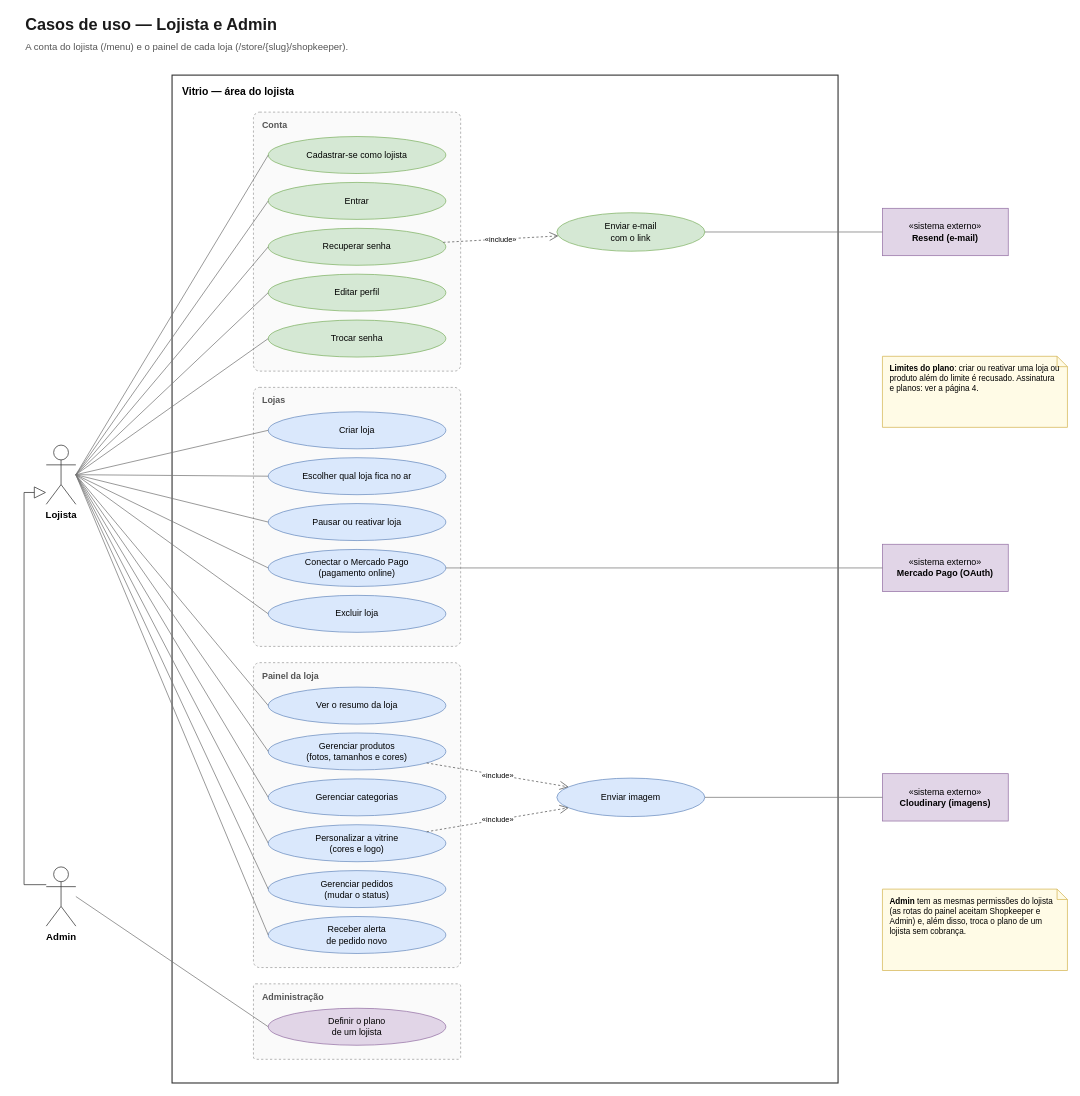
Earlier version of the draw.io diagram page "3. Casos de uso — Lojista e Admin" (3 of 13) of docs/diagramas/vitrio.drawio (eric-araujo-18/vitrio). Source tidied: cells renumbered, new cells numbered last; positions are measured from the earlier drawing's top-left corner, leaving out a move shared by most shapes. Both pictures are drawn from the tidied source at 74%, with x=0, y=0 at pixel (24, 13).
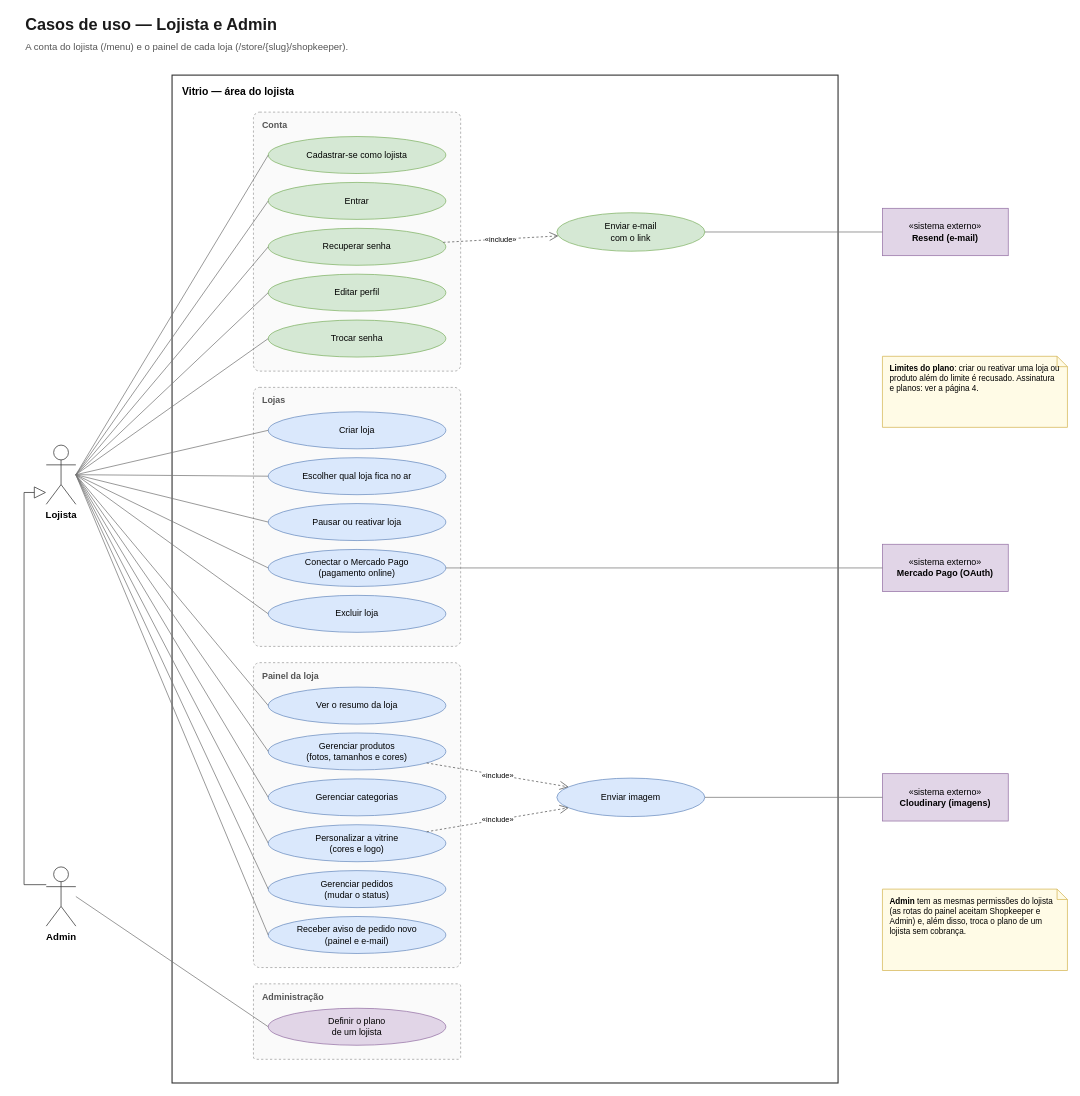
After the change.

Diff of the diagram source:
```diff
@@
-    <mxCell id="26" value="Receber alerta&lt;br&gt;de pedido novo" style="ellipse;whiteSpace=wrap;html=1;fillColor=#dae8fc;strokeColor=#6c8ebf;fontSize=12;" parent="1" vertex="1">
+    <mxCell id="26" value="Receber aviso de pedido novo&lt;br&gt;(painel e e-mail)" style="ellipse;whiteSpace=wrap;html=1;fillColor=#dae8fc;strokeColor=#6c8ebf;fontSize=12;" parent="1" vertex="1">
       <mxGeometry x="330" y="1221" width="240" height="50" as="geometry" />
     </mxCell>
```
